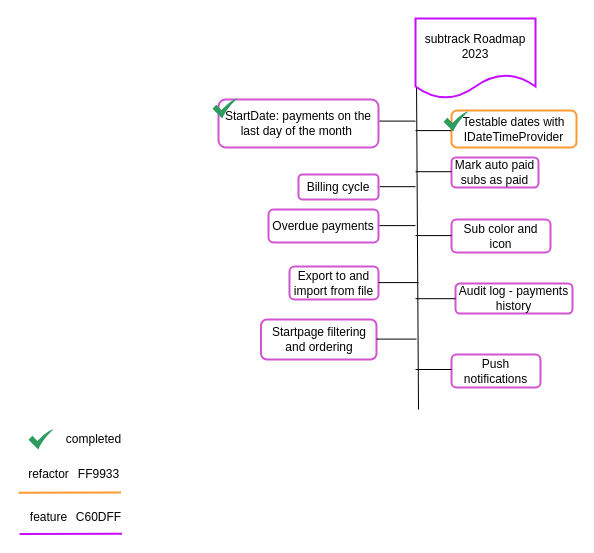
This is docs/roadmap.drawio from Code2Gether-Discord/subtrack, a draw.io file, before an edit. Source tidied: cells renumbered, new cells numbered last; positions are measured from the earlier drawing's top-left corner, leaving out a move shared by most shapes. Both pictures are drawn from the tidied source at 100%, with x=0, y=0 at pixel (18, 18).
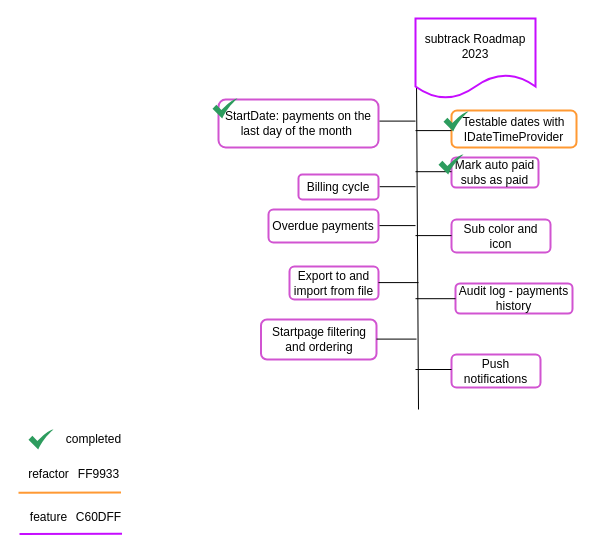
Above is the later version.

The edit, as a diff of the source:
```diff
@@
+    <mxCell id="34" style="sketch=0;html=1;strokeColor=none;shadow=0;align=center;verticalAlign=top;fillColor=#2D9C5E;shape=mxgraph.gcp2.check;" parent="1" vertex="1">
+      <mxGeometry x="420" y="136" width="25" height="20" as="geometry" />
+    </mxCell>
```
